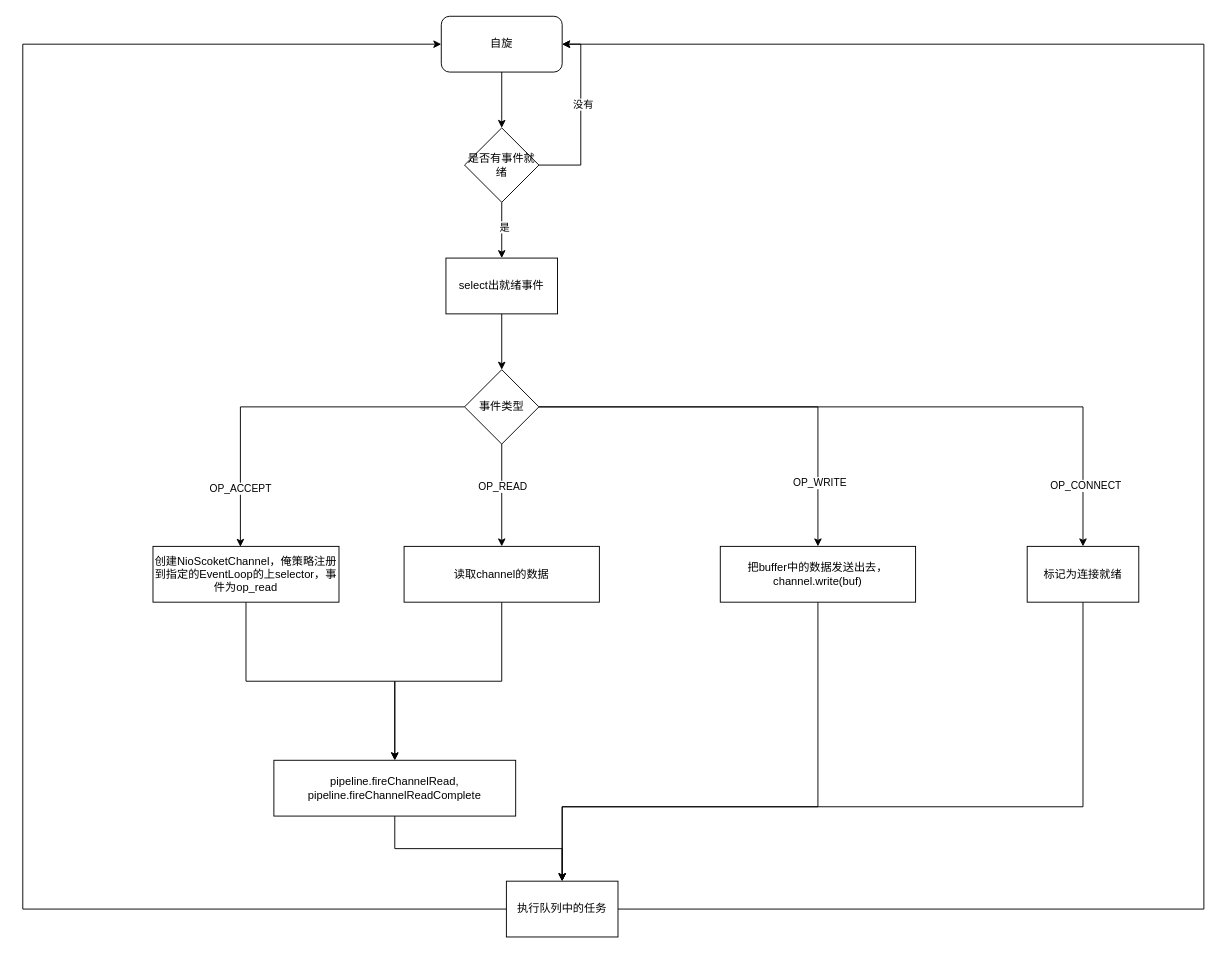
xiaomingcong/nettyLearning keeps this draw.io diagram as page "一次简单的交互流程" (2 of 3) of nettyLearning.drawio. Above is the earlier version. Source tidied: cells renumbered, new cells numbered last; positions are measured from the earlier drawing's top-left corner, leaving out a move shared by most shapes. Both pictures are drawn from the tidied source at 93%, with x=0, y=0 at pixel (22, 16).
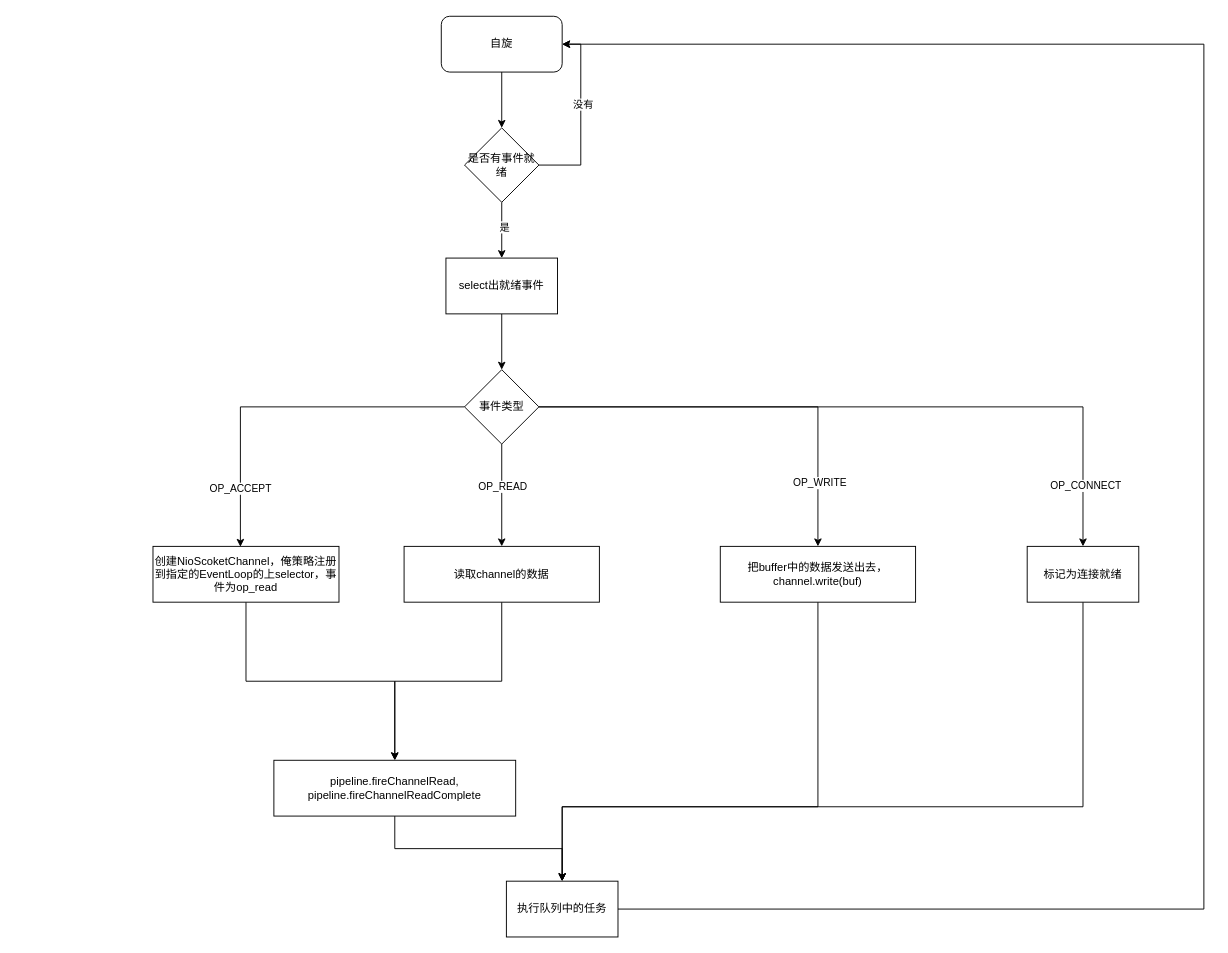
Above is the later version.

Unchanged cells that the change refers to:
```xml
<mxCell id="3" value="自旋" style="rounded=1;whiteSpace=wrap;html=1;direction=east;" parent="1" vertex="1">
  <mxGeometry x="450" width="130" height="60" as="geometry" />
</mxCell>
<mxCell id="32" value="执行队列中的任务" style="whiteSpace=wrap;html=1;" parent="1" vertex="1">
  <mxGeometry x="520" y="930" width="120" height="60" as="geometry" />
</mxCell>
```

Change to the diagram source:
```diff
@@
-    <mxCell id="15" style="edgeStyle=orthogonalEdgeStyle;rounded=0;jettySize=auto;html=1;exitX=0;exitY=0.5;exitDx=0;exitDy=0;" parent="1" edge="1" source="32" target="3">
-      <mxGeometry relative="1" as="geometry">
-        <Array as="points">
-          <mxPoint y="960" />
-          <mxPoint y="30" />
-        </Array>
-      </mxGeometry>
-    </mxCell>
```
